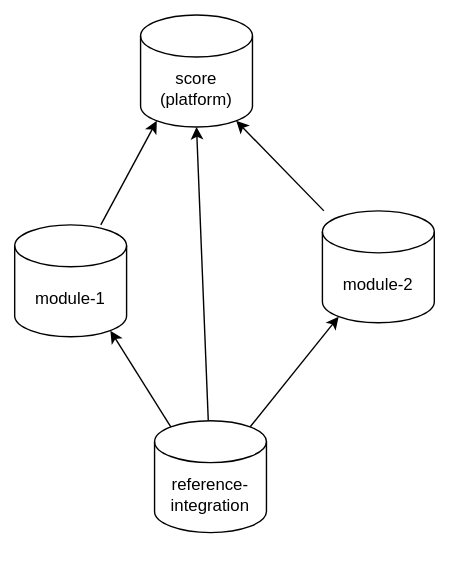
This is docs/_tooling/decision-records/_assets/multirepo_setup.drawio.svg from eclipse-score/score, a draw.io export, as it was before one commit. Source tidied: cells renumbered, new cells last; positions are measured from the earlier drawing's top-left corner, leaving out a move shared by most shapes.
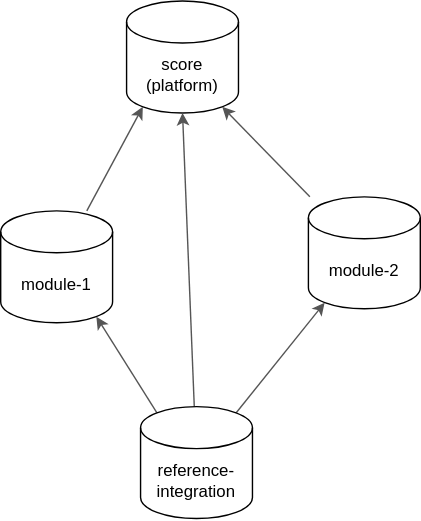
After the change.

The edit, as a diff of the source:
```diff
@@ -2,31 +2,28 @@
   <root>
     <mxCell id="0" />
     <mxCell id="1" parent="0" />
-    <mxCell id="2" style="rounded=0;whiteSpace=wrap;html=1;strokeColor=none;" parent="1" vertex="1">
-      <mxGeometry width="320" height="400" as="geometry" />
-    </mxCell>
     <mxCell id="3" value="score (platform)" style="shape=cylinder3;whiteSpace=wrap;html=1;boundedLbl=1;backgroundOutline=1;size=15;" parent="1" vertex="1">
       <mxGeometry x="100" y="10" width="80" height="80" as="geometry" />
     </mxCell>
-    <mxCell id="4" style="edgeStyle=none;html=1;entryX=0.145;entryY=1;entryDx=0;entryDy=-4.35;entryPerimeter=0;" parent="1" edge="1" source="5" target="3">
+    <mxCell id="4" style="edgeStyle=none;html=1;entryX=0.145;entryY=1;entryDx=0;entryDy=-4.35;entryPerimeter=0;strokeColor=#555555;" parent="1" edge="1" source="5" target="3">
       <mxGeometry relative="1" as="geometry" />
     </mxCell>
     <mxCell id="5" value="module-1" style="shape=cylinder3;whiteSpace=wrap;html=1;boundedLbl=1;backgroundOutline=1;size=15;" parent="1" vertex="1">
       <mxGeometry x="10" y="160" width="80" height="80" as="geometry" />
     </mxCell>
-    <mxCell id="6" style="edgeStyle=none;html=1;entryX=0.855;entryY=1;entryDx=0;entryDy=-4.35;entryPerimeter=0;" parent="1" edge="1" source="7" target="3">
+    <mxCell id="6" style="edgeStyle=none;html=1;entryX=0.855;entryY=1;entryDx=0;entryDy=-4.35;entryPerimeter=0;strokeColor=#555555;" parent="1" edge="1" source="7" target="3">
       <mxGeometry relative="1" as="geometry" />
     </mxCell>
     <mxCell id="7" value="module-2" style="shape=cylinder3;whiteSpace=wrap;html=1;boundedLbl=1;backgroundOutline=1;size=15;" parent="1" vertex="1">
       <mxGeometry x="230" y="150" width="80" height="80" as="geometry" />
     </mxCell>
-    <mxCell id="8" style="edgeStyle=none;html=1;exitX=0.145;exitY=0;exitDx=0;exitDy=4.35;exitPerimeter=0;entryX=0.855;entryY=1;entryDx=0;entryDy=-4.35;entryPerimeter=0;" parent="1" edge="1" source="11" target="5">
+    <mxCell id="8" style="edgeStyle=none;html=1;exitX=0.145;exitY=0;exitDx=0;exitDy=4.35;exitPerimeter=0;entryX=0.855;entryY=1;entryDx=0;entryDy=-4.35;entryPerimeter=0;strokeColor=#555555;" parent="1" edge="1" source="11" target="5">
       <mxGeometry relative="1" as="geometry" />
     </mxCell>
-    <mxCell id="9" style="edgeStyle=none;html=1;entryX=0.145;entryY=1;entryDx=0;entryDy=-4.35;entryPerimeter=0;exitX=0.855;exitY=0;exitDx=0;exitDy=4.35;exitPerimeter=0;" parent="1" edge="1" source="11" target="7">
+    <mxCell id="9" style="edgeStyle=none;html=1;entryX=0.145;entryY=1;entryDx=0;entryDy=-4.35;entryPerimeter=0;exitX=0.855;exitY=0;exitDx=0;exitDy=4.35;exitPerimeter=0;strokeColor=#555555;" parent="1" edge="1" source="11" target="7">
       <mxGeometry relative="1" as="geometry" />
     </mxCell>
-    <mxCell id="10" style="edgeStyle=none;html=1;entryX=0.5;entryY=1;entryDx=0;entryDy=0;entryPerimeter=0;" parent="1" edge="1" source="11" target="3">
+    <mxCell id="10" style="edgeStyle=none;html=1;entryX=0.5;entryY=1;entryDx=0;entryDy=0;entryPerimeter=0;strokeColor=#555555;" parent="1" edge="1" source="11" target="3">
       <mxGeometry relative="1" as="geometry" />
     </mxCell>
     <mxCell id="11" value="reference-integration" style="shape=cylinder3;whiteSpace=wrap;html=1;boundedLbl=1;backgroundOutline=1;size=15;" parent="1" vertex="1">
```
